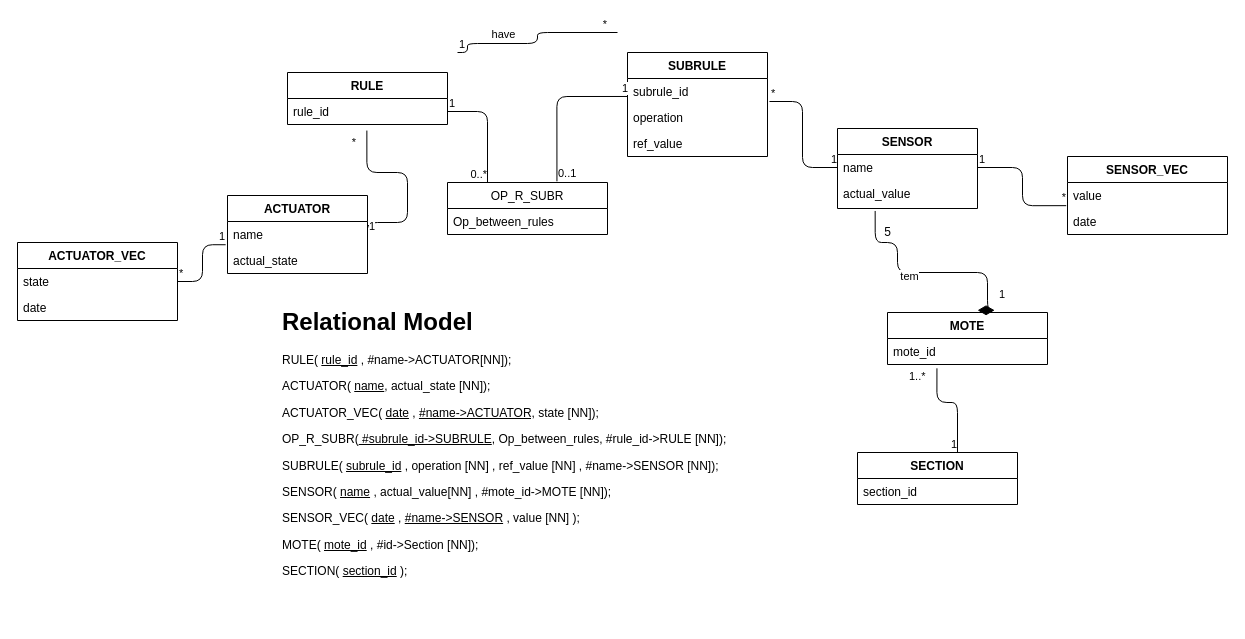
This is page "Page-3" (3 of 3) of squematics/DB.drawio from Automation-yatata/Industry4.0-PizzaPlace, a draw.io file, before an edit. Source tidied: cells renumbered, new cells numbered last; positions are measured from the earlier drawing's top-left corner, leaving out a move shared by most shapes. Both pictures are drawn from the tidied source at 100%, with x=0, y=0 at pixel (17, 32).
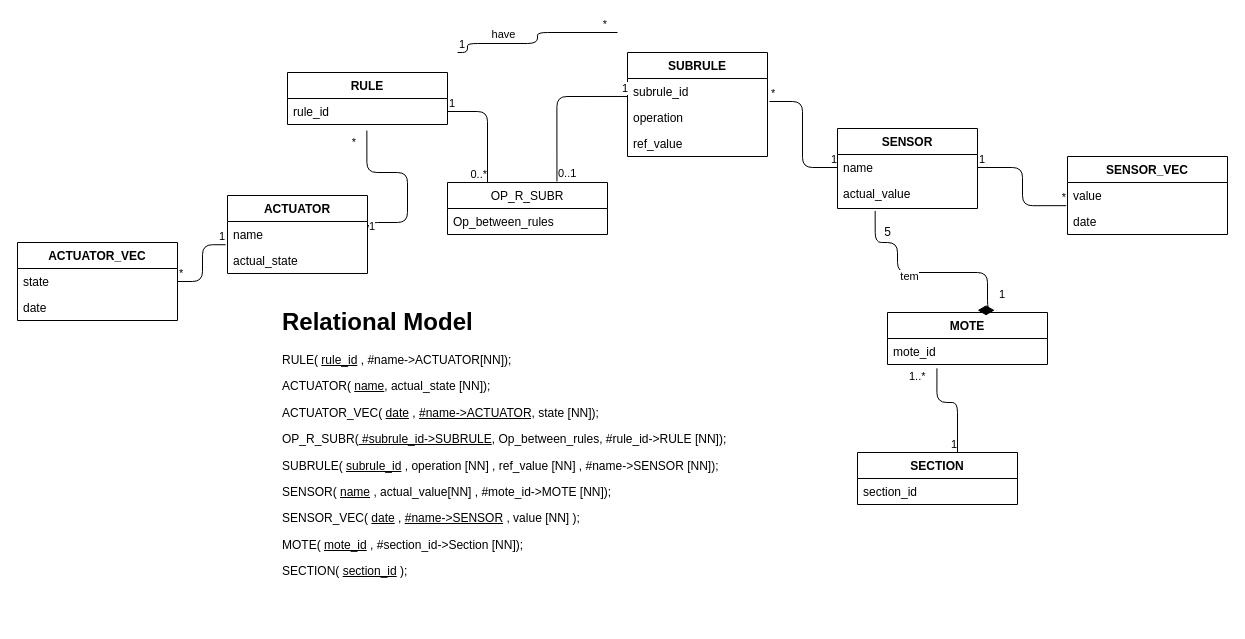
The same diagram, later.

Change to the diagram source:
```diff
@@
-    <mxCell id="36" value="&lt;h1&gt;Relational Model&lt;/h1&gt;&lt;p&gt;RULE( &lt;u&gt;rule_id&lt;/u&gt; , #name-&amp;gt;ACTUATOR[NN]);&lt;/p&gt;&lt;p&gt;ACTUATOR( &lt;u&gt;name&lt;/u&gt;, actual_state [NN]);&lt;/p&gt;&lt;p&gt;ACTUATOR_VEC( &lt;u&gt;date&lt;/u&gt;&amp;nbsp;,&amp;nbsp;&lt;u&gt;#name-&amp;gt;ACTUATOR,&lt;/u&gt;&amp;nbsp;state [NN]);&lt;/p&gt;&lt;p&gt;OP_R_SUBR(&lt;u&gt; #subrule_id-&amp;gt;SUBRULE&lt;/u&gt;, Op_between_rules, #rule_id-&amp;gt;RULE [NN]);&lt;/p&gt;&lt;p&gt;SUBRULE( &lt;u&gt;subrule_id&lt;/u&gt;&amp;nbsp;, operation [NN] , ref_value [NN] , #name-&amp;gt;SENSOR [NN]);&lt;/p&gt;&lt;p&gt;SENSOR( &lt;u&gt;name&lt;/u&gt;&amp;nbsp;, actual_value[NN] , #mote_id-&amp;gt;MOTE [NN]);&lt;/p&gt;&lt;p&gt;SENSOR_VEC( &lt;u&gt;date&lt;/u&gt;&amp;nbsp;,&amp;nbsp;&lt;u&gt;#name-&amp;gt;SENSOR&lt;/u&gt;&amp;nbsp;, value [NN] );&lt;/p&gt;&lt;p&gt;MOTE( &lt;u&gt;mote_id&lt;/u&gt;&amp;nbsp;, #id-&amp;gt;Section [NN]);&lt;/p&gt;&lt;p&gt;SECTION( &lt;u&gt;section_id&lt;/u&gt;&amp;nbsp;);&amp;nbsp;&lt;/p&gt;&lt;p&gt;&lt;br&gt;&lt;/p&gt;" style="text;html=1;strokeColor=none;fillColor=none;spacing=5;spacingTop=-20;whiteSpace=wrap;overflow=hidden;rounded=0;" parent="1" vertex="1">
+    <mxCell id="36" value="&lt;h1&gt;Relational Model&lt;/h1&gt;&lt;p&gt;RULE( &lt;u&gt;rule_id&lt;/u&gt; , #name-&amp;gt;ACTUATOR[NN]);&lt;/p&gt;&lt;p&gt;ACTUATOR( &lt;u&gt;name&lt;/u&gt;, actual_state [NN]);&lt;/p&gt;&lt;p&gt;ACTUATOR_VEC( &lt;u&gt;date&lt;/u&gt;&amp;nbsp;,&amp;nbsp;&lt;u&gt;#name-&amp;gt;ACTUATOR,&lt;/u&gt;&amp;nbsp;state [NN]);&lt;/p&gt;&lt;p&gt;OP_R_SUBR(&lt;u&gt; #subrule_id-&amp;gt;SUBRULE&lt;/u&gt;, Op_between_rules, #rule_id-&amp;gt;RULE [NN]);&lt;/p&gt;&lt;p&gt;SUBRULE( &lt;u&gt;subrule_id&lt;/u&gt;&amp;nbsp;, operation [NN] , ref_value [NN] , #name-&amp;gt;SENSOR [NN]);&lt;/p&gt;&lt;p&gt;SENSOR( &lt;u&gt;name&lt;/u&gt;&amp;nbsp;, actual_value[NN] , #mote_id-&amp;gt;MOTE [NN]);&lt;/p&gt;&lt;p&gt;SENSOR_VEC( &lt;u&gt;date&lt;/u&gt;&amp;nbsp;,&amp;nbsp;&lt;u&gt;#name-&amp;gt;SENSOR&lt;/u&gt;&amp;nbsp;, value [NN] );&lt;/p&gt;&lt;p&gt;MOTE( &lt;u&gt;mote_id&lt;/u&gt;&amp;nbsp;, #section_id-&amp;gt;Section [NN]);&lt;/p&gt;&lt;p&gt;SECTION( &lt;u&gt;section_id&lt;/u&gt;&amp;nbsp;);&amp;nbsp;&lt;/p&gt;&lt;p&gt;&lt;br&gt;&lt;/p&gt;" style="text;html=1;strokeColor=none;fillColor=none;spacing=5;spacingTop=-20;whiteSpace=wrap;overflow=hidden;rounded=0;" parent="1" vertex="1">
       <mxGeometry x="260" y="270" width="500" height="320" as="geometry" />
     </mxCell>
```
